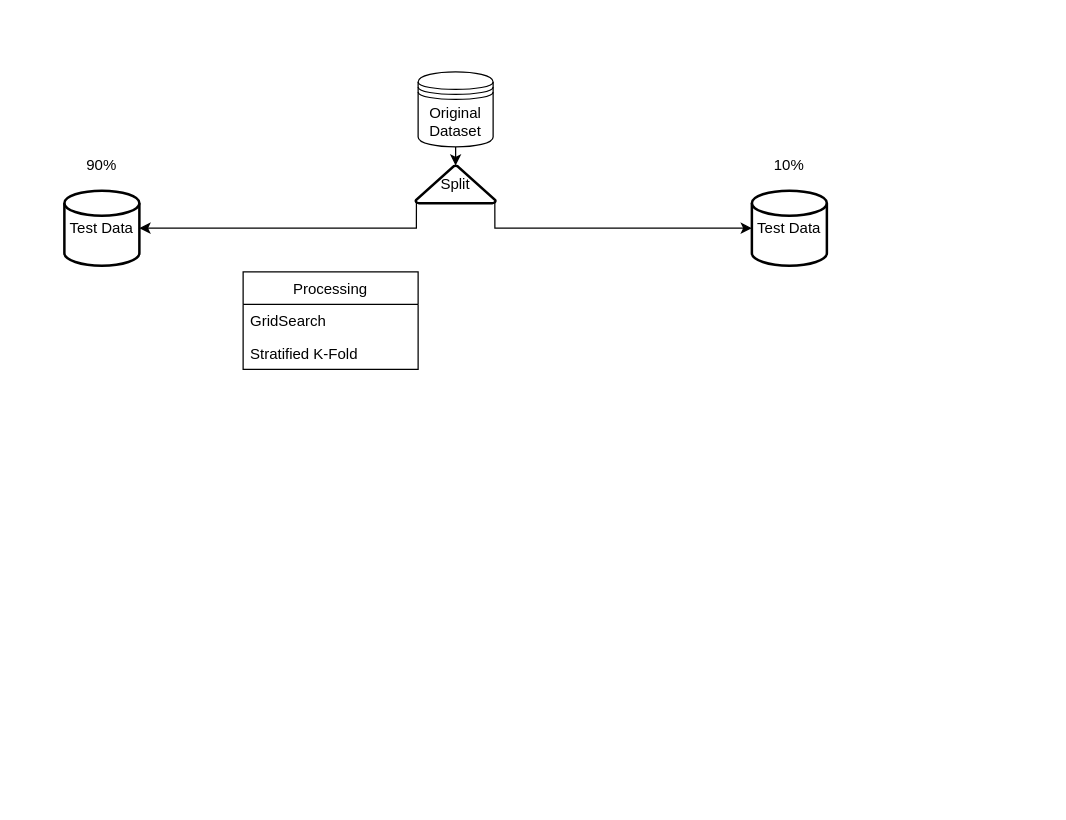
Above: Resources/modeling.drawio in HenrikPereira/EDSBproject (draw.io), before the change. Source tidied: cells renumbered, new cells numbered last; positions are measured from the earlier drawing's top-left corner, leaving out a move shared by most shapes. Both pictures are drawn from the tidied source at 125%, with x=0, y=0 at pixel (64, 71).
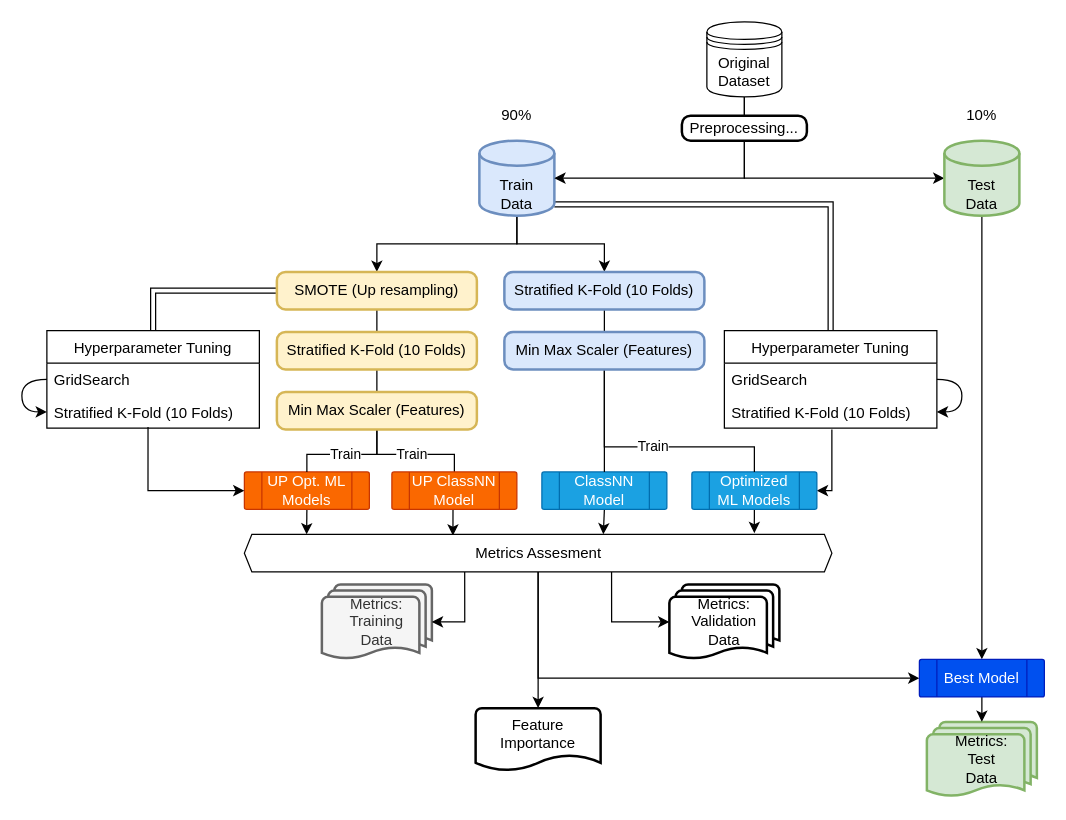
After the change.

The edit, as a diff of the source:
```diff
@@
-    <mxCell id="2" style="edgeStyle=orthogonalEdgeStyle;rounded=0;jettySize=auto;html=1;exitX=0.99;exitY=0.97;exitDx=0;exitDy=0;entryX=0;entryY=0.5;entryDx=0;entryDy=0;entryPerimeter=0;exitPerimeter=0;" parent="1" edge="1" source="8" target="5">
+    <mxCell id="2" style="edgeStyle=orthogonalEdgeStyle;rounded=0;jettySize=auto;html=1;exitX=0.5;exitY=1;exitDx=0;exitDy=0;entryX=0;entryY=0.5;entryDx=0;entryDy=0;entryPerimeter=0;" parent="1" edge="1" source="4" target="5">
       <mxGeometry relative="1" as="geometry" />
     </mxCell>
-    <mxCell id="3" style="edgeStyle=orthogonalEdgeStyle;rounded=0;jettySize=auto;html=1;exitX=0.5;exitY=1;exitDx=0;exitDy=0;entryX=0.5;entryY=0;entryDx=0;entryDy=0;entryPerimeter=0;" parent="1" edge="1" source="4" target="8">
-      <mxGeometry relative="1" as="geometry" />
-    </mxCell>
     <mxCell id="4" value="Original&lt;br&gt;Dataset" style="shape=datastore;whiteSpace=wrap;html=1;" parent="1" vertex="1">
-      <mxGeometry x="283" width="60" height="60" as="geometry" />
+      <mxGeometry x="514" y="-40" width="60" height="60" as="geometry" />
     </mxCell>
+    <mxCell id="14" style="edgeStyle=orthogonalEdgeStyle;rounded=0;jettySize=auto;html=1;exitX=0.5;exitY=1;exitDx=0;exitDy=0;exitPerimeter=0;entryX=0.5;entryY=0;entryDx=0;entryDy=0;startArrow=none;startFill=0;endArrow=classic;endFill=1;" parent="1" edge="1" source="5" target="55">
+      <mxGeometry relative="1" as="geometry" />
+    </mxCell>
-    <mxCell id="5" value="Test Data" style="strokeWidth=2;html=1;shape=mxgraph.flowchart.database;whiteSpace=wrap;" parent="1" vertex="1">
-      <mxGeometry x="550" y="95" width="60" height="60" as="geometry" />
+    <mxCell id="5" value="Test&lt;br&gt;Data" style="strokeWidth=2;html=1;shape=mxgraph.flowchart.database;whiteSpace=wrap;verticalAlign=bottom;fillColor=#d5e8d4;strokeColor=#82b366;" parent="1" vertex="1">
+      <mxGeometry x="704" y="55" width="60" height="60" as="geometry" />
     </mxCell>
+    <mxCell id="15" style="edgeStyle=orthogonalEdgeStyle;rounded=0;jettySize=auto;html=1;exitX=1;exitY=0.85;exitDx=0;exitDy=0;exitPerimeter=0;entryX=0.5;entryY=0;entryDx=0;entryDy=0;curved=1;endArrow=none;endFill=0;shape=link;" parent="1" edge="1" source="6" target="11">
+      <mxGeometry relative="1" as="geometry" />
+    </mxCell>
+    <mxCell id="16" style="edgeStyle=orthogonalEdgeStyle;rounded=0;jettySize=auto;html=1;exitX=0.5;exitY=1;exitDx=0;exitDy=0;exitPerimeter=0;entryX=0.5;entryY=0;entryDx=0;entryDy=0;" parent="1" edge="1" source="6" target="23">
+      <mxGeometry relative="1" as="geometry" />
+    </mxCell>
+    <mxCell id="17" style="edgeStyle=orthogonalEdgeStyle;rounded=0;jettySize=auto;html=1;exitX=0.5;exitY=1;exitDx=0;exitDy=0;exitPerimeter=0;entryX=0.5;entryY=0;entryDx=0;entryDy=0;" parent="1" edge="1" source="6" target="34">
+      <mxGeometry relative="1" as="geometry" />
+    </mxCell>
-    <mxCell id="6" value="Test Data" style="strokeWidth=2;html=1;shape=mxgraph.flowchart.database;whiteSpace=wrap;" parent="1" vertex="1">
-      <mxGeometry y="95" width="60" height="60" as="geometry" />
+    <mxCell id="6" value="Train &lt;br&gt;Data" style="strokeWidth=2;html=1;shape=mxgraph.flowchart.database;whiteSpace=wrap;verticalAlign=bottom;fillColor=#dae8fc;strokeColor=#6c8ebf;" parent="1" vertex="1">
+      <mxGeometry x="332" y="55" width="60" height="60" as="geometry" />
     </mxCell>
-    <mxCell id="7" style="edgeStyle=orthogonalEdgeStyle;rounded=0;jettySize=auto;html=1;exitX=0.01;exitY=0.97;exitDx=0;exitDy=0;exitPerimeter=0;entryX=1;entryY=0.5;entryDx=0;entryDy=0;entryPerimeter=0;" parent="1" edge="1" source="8" target="6">
+    <mxCell id="7" style="edgeStyle=orthogonalEdgeStyle;rounded=0;jettySize=auto;html=1;exitX=0.5;exitY=1;exitDx=0;exitDy=0;entryX=1;entryY=0.5;entryDx=0;entryDy=0;entryPerimeter=0;" parent="1" edge="1" source="4" target="6">
       <mxGeometry relative="1" as="geometry" />
     </mxCell>
-    <mxCell id="8" value="Split" style="strokeWidth=2;html=1;shape=mxgraph.flowchart.extract_or_measurement;whiteSpace=wrap;" parent="1" vertex="1">
-      <mxGeometry x="281" y="75" width="64" height="30" as="geometry" />
-    </mxCell>
     <mxCell id="9" value="90%" style="text;html=1;strokeColor=none;fillColor=none;align=center;verticalAlign=middle;whiteSpace=wrap;rounded=0;" parent="1" vertex="1">
-      <mxGeometry x="10" y="65" width="40" height="20" as="geometry" />
+      <mxGeometry x="342" y="25" width="40" height="20" as="geometry" />
     </mxCell>
     <mxCell id="10" value="10%" style="text;html=1;strokeColor=none;fillColor=none;align=center;verticalAlign=middle;whiteSpace=wrap;rounded=0;" parent="1" vertex="1">
-      <mxGeometry x="560" y="65" width="40" height="20" as="geometry" />
+      <mxGeometry x="714" y="25" width="40" height="20" as="geometry" />
     </mxCell>
-    <mxCell id="11" value="Processing" style="swimlane;fontStyle=0;horizontal=1;startSize=26;fillColor=none;" parent="1" vertex="1">
-      <mxGeometry x="143" y="160" width="140" height="78" as="geometry" />
+    <mxCell id="11" value="Hyperparameter Tuning" style="swimlane;fontStyle=0;horizontal=1;startSize=26;fillColor=none;" parent="1" vertex="1">
+      <mxGeometry x="528" y="207" width="170" height="78" as="geometry" />
     </mxCell>
+    <mxCell id="18" style="edgeStyle=orthogonalEdgeStyle;rounded=0;jettySize=auto;html=1;exitX=1;exitY=0.5;exitDx=0;exitDy=0;curved=1;" parent="11" edge="1" source="12" target="13">
+      <mxGeometry relative="1" as="geometry" />
+    </mxCell>
     <mxCell id="12" value="GridSearch" style="text;strokeColor=none;fillColor=none;align=left;verticalAlign=top;spacingLeft=4;spacingRight=4;overflow=hidden;points=[[0,0.5],[1,0.5]];portConstraint=eastwest;" parent="11" vertex="1">
-      <mxGeometry y="26" width="140" height="26" as="geometry" />
+      <mxGeometry y="26" width="170" height="26" as="geometry" />
     </mxCell>
-    <mxCell id="13" value="Stratified K-Fold" style="text;strokeColor=none;fillColor=none;align=left;verticalAlign=top;spacingLeft=4;spacingRight=4;overflow=hidden;points=[[0,0.5],[1,0.5]];portConstraint=eastwest;" parent="11" vertex="1">
-      <mxGeometry y="52" width="140" height="26" as="geometry" />
+    <mxCell id="13" value="Stratified K-Fold (10 Folds)" style="text;strokeColor=none;fillColor=none;align=left;verticalAlign=top;spacingLeft=4;spacingRight=4;overflow=hidden;points=[[0,0.5],[1,0.5]];portConstraint=eastwest;" parent="11" vertex="1">
+      <mxGeometry y="52" width="170" height="26" as="geometry" />
     </mxCell>
+    <mxCell id="19" style="edgeStyle=orthogonalEdgeStyle;rounded=0;jettySize=auto;html=1;exitX=0.5;exitY=1;exitDx=0;exitDy=0;entryX=0.868;entryY=-0.033;entryDx=0;entryDy=0;entryPerimeter=0;" parent="1" edge="1" source="21" target="52">
+      <mxGeometry relative="1" as="geometry" />
+    </mxCell>
+    <mxCell id="20" style="edgeStyle=orthogonalEdgeStyle;rounded=0;jettySize=auto;html=1;exitX=1;exitY=0.5;exitDx=0;exitDy=0;startArrow=classic;startFill=1;endArrow=none;endFill=0;" parent="1" edge="1" source="21">
+      <mxGeometry relative="1" as="geometry">
+        <mxPoint x="614" y="286" as="targetPoint" />
+        <Array as="points">
+          <mxPoint x="614" y="335" />
+          <mxPoint x="614" y="286" />
+        </Array>
+      </mxGeometry>
+    </mxCell>
+    <mxCell id="21" value="Optimized ML Models" style="verticalLabelPosition=middle;verticalAlign=middle;html=1;shape=process;whiteSpace=wrap;rounded=1;size=0.14;arcSize=6;labelPosition=center;align=center;fillColor=#1ba1e2;strokeColor=#006EAF;fontColor=#ffffff;" parent="1" vertex="1">
+      <mxGeometry x="502" y="320" width="100" height="30" as="geometry" />
+    </mxCell>
+    <mxCell id="22" style="edgeStyle=orthogonalEdgeStyle;curved=1;rounded=0;jettySize=auto;html=1;exitX=0.5;exitY=1;exitDx=0;exitDy=0;entryX=0.5;entryY=0;entryDx=0;entryDy=0;endArrow=none;endFill=0;" parent="1" edge="1" source="23" target="31">
+      <mxGeometry relative="1" as="geometry" />
+    </mxCell>
+    <mxCell id="23" value="Stratified K-Fold (10 Folds)" style="rounded=1;whiteSpace=wrap;html=1;absoluteArcSize=1;arcSize=14;strokeWidth=2;fillColor=#dae8fc;strokeColor=#6c8ebf;" parent="1" vertex="1">
+      <mxGeometry x="352" y="160" width="160" height="30" as="geometry" />
+    </mxCell>
+    <mxCell id="24" style="edgeStyle=orthogonalEdgeStyle;rounded=0;jettySize=auto;html=1;exitX=0.5;exitY=1;exitDx=0;exitDy=0;entryX=0.611;entryY=0;entryDx=0;entryDy=0;entryPerimeter=0;" parent="1" edge="1" source="25" target="52">
+      <mxGeometry relative="1" as="geometry" />
+    </mxCell>
+    <mxCell id="25" value="ClassNN Model" style="verticalLabelPosition=middle;verticalAlign=middle;html=1;shape=process;whiteSpace=wrap;rounded=1;size=0.14;arcSize=6;labelPosition=center;align=center;fillColor=#1ba1e2;strokeColor=#006EAF;fontColor=#ffffff;" parent="1" vertex="1">
+      <mxGeometry x="382" y="320" width="100" height="30" as="geometry" />
+    </mxCell>
+    <mxCell id="26" value="Metrics:&lt;br&gt;Training&lt;br&gt;Data" style="strokeWidth=2;html=1;shape=mxgraph.flowchart.multi-document;whiteSpace=wrap;fillColor=#f5f5f5;strokeColor=#666666;fontColor=#333333;" parent="1" vertex="1">
+      <mxGeometry x="206" y="410" width="88" height="60" as="geometry" />
+    </mxCell>
+    <mxCell id="27" value="Metrics:&lt;br&gt;Validation&lt;br&gt;Data" style="strokeWidth=2;html=1;shape=mxgraph.flowchart.multi-document;whiteSpace=wrap;" parent="1" vertex="1">
+      <mxGeometry x="484" y="410" width="88" height="60" as="geometry" />
+    </mxCell>
+    <mxCell id="28" value="Metrics:&lt;br&gt;Test&lt;br&gt;Data" style="strokeWidth=2;html=1;shape=mxgraph.flowchart.multi-document;whiteSpace=wrap;fillColor=#d5e8d4;strokeColor=#82b366;" parent="1" vertex="1">
+      <mxGeometry x="690" y="520" width="88" height="60" as="geometry" />
+    </mxCell>
+    <mxCell id="29" style="edgeStyle=orthogonalEdgeStyle;rounded=0;jettySize=auto;html=1;exitX=0.5;exitY=1;exitDx=0;exitDy=0;entryX=0.5;entryY=0;entryDx=0;entryDy=0;endArrow=none;endFill=0;" parent="1" edge="1" source="31" target="25">
+      <mxGeometry relative="1" as="geometry" />
+    </mxCell>
+    <mxCell id="30" value="Train" style="edgeStyle=orthogonalEdgeStyle;rounded=0;jettySize=auto;html=1;exitX=0.5;exitY=1;exitDx=0;exitDy=0;entryX=0.5;entryY=0;entryDx=0;entryDy=0;endArrow=none;endFill=0;" parent="1" edge="1" source="31" target="21">
+      <mxGeometry relative="1" as="geometry">
+        <Array as="points">
+          <mxPoint x="432" y="300" />
+          <mxPoint x="552" y="300" />
+        </Array>
+      </mxGeometry>
+    </mxCell>
+    <mxCell id="31" value="Min Max Scaler (Features)" style="rounded=1;whiteSpace=wrap;html=1;absoluteArcSize=1;arcSize=14;strokeWidth=2;fillColor=#dae8fc;strokeColor=#6c8ebf;" parent="1" vertex="1">
+      <mxGeometry x="352" y="208" width="160" height="30" as="geometry" />
+    </mxCell>
+    <mxCell id="32" style="edgeStyle=orthogonalEdgeStyle;curved=1;rounded=0;jettySize=auto;html=1;exitX=0;exitY=0.5;exitDx=0;exitDy=0;entryX=0.5;entryY=0;entryDx=0;entryDy=0;shape=link;" parent="1" edge="1" source="34" target="35">
+      <mxGeometry relative="1" as="geometry" />
+    </mxCell>
+    <mxCell id="33" style="edgeStyle=orthogonalEdgeStyle;curved=1;rounded=0;jettySize=auto;html=1;exitX=0.5;exitY=1;exitDx=0;exitDy=0;entryX=0.5;entryY=0;entryDx=0;entryDy=0;endArrow=none;endFill=0;" parent="1" edge="1" source="34" target="42">
+      <mxGeometry relative="1" as="geometry" />
+    </mxCell>
+    <mxCell id="34" value="SMOTE (Up resampling)" style="rounded=1;whiteSpace=wrap;html=1;absoluteArcSize=1;arcSize=14;strokeWidth=2;fillColor=#fff2cc;strokeColor=#d6b656;" parent="1" vertex="1">
+      <mxGeometry x="170" y="160" width="160" height="30" as="geometry" />
+    </mxCell>
+    <mxCell id="35" value="Hyperparameter Tuning" style="swimlane;fontStyle=0;horizontal=1;startSize=26;fillColor=none;" parent="1" vertex="1">
+      <mxGeometry x="-14" y="207" width="170" height="78" as="geometry" />
+    </mxCell>
+    <mxCell id="36" style="edgeStyle=orthogonalEdgeStyle;curved=1;rounded=0;jettySize=auto;html=1;exitX=0;exitY=0.5;exitDx=0;exitDy=0;entryX=0;entryY=0.5;entryDx=0;entryDy=0;" parent="35" edge="1" source="37" target="38">
+      <mxGeometry relative="1" as="geometry">
+        <Array as="points">
+          <mxPoint x="-20" y="39" />
+          <mxPoint x="-20" y="65" />
+        </Array>
+      </mxGeometry>
+    </mxCell>
+    <mxCell id="37" value="GridSearch" style="text;strokeColor=none;fillColor=none;align=left;verticalAlign=top;spacingLeft=4;spacingRight=4;overflow=hidden;points=[[0,0.5],[1,0.5]];portConstraint=eastwest;" parent="35" vertex="1">
+      <mxGeometry y="26" width="170" height="26" as="geometry" />
+    </mxCell>
+    <mxCell id="38" value="Stratified K-Fold (10 Folds)" style="text;strokeColor=none;fillColor=none;align=left;verticalAlign=top;spacingLeft=4;spacingRight=4;overflow=hidden;points=[[0,0.5],[1,0.5]];portConstraint=eastwest;" parent="35" vertex="1">
+      <mxGeometry y="52" width="170" height="26" as="geometry" />
+    </mxCell>
+    <mxCell id="39" style="edgeStyle=orthogonalEdgeStyle;rounded=0;jettySize=auto;html=1;exitX=0.5;exitY=1;exitDx=0;exitDy=0;entryX=0.106;entryY=0;entryDx=0;entryDy=0;entryPerimeter=0;" parent="1" edge="1" source="40" target="52">
+      <mxGeometry relative="1" as="geometry" />
+    </mxCell>
+    <mxCell id="40" value="UP Opt. ML Models" style="verticalLabelPosition=middle;verticalAlign=middle;html=1;shape=process;whiteSpace=wrap;rounded=1;size=0.14;arcSize=6;labelPosition=center;align=center;fillColor=#fa6800;strokeColor=#C73500;fontColor=#ffffff;" parent="1" vertex="1">
+      <mxGeometry x="144" y="320" width="100" height="30" as="geometry" />
+    </mxCell>
+    <mxCell id="41" style="edgeStyle=orthogonalEdgeStyle;curved=1;rounded=0;jettySize=auto;html=1;exitX=0.5;exitY=1;exitDx=0;exitDy=0;entryX=0.5;entryY=0;entryDx=0;entryDy=0;endArrow=none;endFill=0;" parent="1" edge="1" source="42" target="45">
+      <mxGeometry relative="1" as="geometry" />
+    </mxCell>
+    <mxCell id="42" value="Stratified K-Fold (10 Folds)" style="rounded=1;whiteSpace=wrap;html=1;absoluteArcSize=1;arcSize=14;strokeWidth=2;fillColor=#fff2cc;strokeColor=#d6b656;" parent="1" vertex="1">
+      <mxGeometry x="170" y="208" width="160" height="30" as="geometry" />
+    </mxCell>
+    <mxCell id="43" value="Train" style="edgeStyle=orthogonalEdgeStyle;rounded=0;jettySize=auto;html=1;exitX=0.5;exitY=1;exitDx=0;exitDy=0;entryX=0.5;entryY=0;entryDx=0;entryDy=0;endArrow=none;endFill=0;" parent="1" edge="1" source="45" target="40">
+      <mxGeometry relative="1" as="geometry" />
+    </mxCell>
+    <mxCell id="44" value="Train" style="edgeStyle=orthogonalEdgeStyle;rounded=0;jettySize=auto;html=1;exitX=0.5;exitY=1;exitDx=0;exitDy=0;entryX=0.5;entryY=0;entryDx=0;entryDy=0;endArrow=none;endFill=0;" parent="1" edge="1" source="45" target="47">
+      <mxGeometry relative="1" as="geometry" />
+    </mxCell>
+    <mxCell id="45" value="Min Max Scaler (Features)" style="rounded=1;whiteSpace=wrap;html=1;absoluteArcSize=1;arcSize=14;strokeWidth=2;fillColor=#fff2cc;strokeColor=#d6b656;" parent="1" vertex="1">
+      <mxGeometry x="170" y="256" width="160" height="30" as="geometry" />
+    </mxCell>
+    <mxCell id="46" style="edgeStyle=orthogonalEdgeStyle;rounded=0;jettySize=auto;html=1;exitX=0.5;exitY=1;exitDx=0;exitDy=0;entryX=0.355;entryY=0.033;entryDx=0;entryDy=0;entryPerimeter=0;" parent="1" edge="1" source="47" target="52">
+      <mxGeometry relative="1" as="geometry" />
+    </mxCell>
+    <mxCell id="47" value="UP ClassNN Model" style="verticalLabelPosition=middle;verticalAlign=middle;html=1;shape=process;whiteSpace=wrap;rounded=1;size=0.14;arcSize=6;labelPosition=center;align=center;fillColor=#fa6800;strokeColor=#C73500;fontColor=#ffffff;" parent="1" vertex="1">
+      <mxGeometry x="262" y="320" width="100" height="30" as="geometry" />
+    </mxCell>
+    <mxCell id="48" style="edgeStyle=orthogonalEdgeStyle;rounded=0;jettySize=auto;html=1;exitX=0.476;exitY=0.962;exitDx=0;exitDy=0;entryX=0;entryY=0.5;entryDx=0;entryDy=0;exitPerimeter=0;" parent="1" edge="1" source="38" target="40">
+      <mxGeometry relative="1" as="geometry" />
+    </mxCell>
+    <mxCell id="49" style="edgeStyle=orthogonalEdgeStyle;rounded=0;jettySize=auto;html=1;exitX=0.625;exitY=1;exitDx=0;exitDy=0;entryX=0;entryY=0.5;entryDx=0;entryDy=0;entryPerimeter=0;" parent="1" edge="1" source="52" target="27">
+      <mxGeometry relative="1" as="geometry" />
+    </mxCell>
+    <mxCell id="50" style="edgeStyle=orthogonalEdgeStyle;rounded=0;jettySize=auto;html=1;exitX=0.375;exitY=1;exitDx=0;exitDy=0;entryX=1;entryY=0.5;entryDx=0;entryDy=0;entryPerimeter=0;" parent="1" edge="1" source="52" target="26">
+      <mxGeometry relative="1" as="geometry" />
+    </mxCell>
+    <mxCell id="51" style="edgeStyle=orthogonalEdgeStyle;rounded=0;jettySize=auto;html=1;exitX=0.5;exitY=1;exitDx=0;exitDy=0;entryX=0;entryY=0.5;entryDx=0;entryDy=0;startArrow=none;startFill=0;endArrow=classic;endFill=1;" parent="1" edge="1" source="52" target="55">
+      <mxGeometry relative="1" as="geometry" />
+    </mxCell>
+    <mxCell id="52" value="Metrics Assesment" style="verticalLabelPosition=middle;verticalAlign=middle;html=1;shape=hexagon;perimeter=hexagonPerimeter2;arcSize=6;size=0.01276595744680851;labelPosition=center;align=center;" parent="1" vertex="1">
+      <mxGeometry x="144" y="370" width="470" height="30" as="geometry" />
+    </mxCell>
+    <mxCell id="53" style="edgeStyle=orthogonalEdgeStyle;rounded=0;jettySize=auto;html=1;exitX=0.5;exitY=1;exitDx=0;exitDy=0;entryX=0.5;entryY=0;entryDx=0;entryDy=0;entryPerimeter=0;startArrow=none;startFill=0;endArrow=classic;endFill=1;" parent="1" edge="1" source="52" target="56">
+      <mxGeometry relative="1" as="geometry" />
+    </mxCell>
+    <mxCell id="54" style="edgeStyle=orthogonalEdgeStyle;rounded=0;jettySize=auto;html=1;exitX=0.5;exitY=1;exitDx=0;exitDy=0;entryX=0.5;entryY=0;entryDx=0;entryDy=0;entryPerimeter=0;startArrow=none;startFill=0;endArrow=classic;endFill=1;" parent="1" edge="1" source="55" target="28">
+      <mxGeometry relative="1" as="geometry" />
+    </mxCell>
+    <mxCell id="55" value="Best Model" style="verticalLabelPosition=middle;verticalAlign=middle;html=1;shape=process;whiteSpace=wrap;rounded=1;size=0.14;arcSize=6;labelPosition=center;align=center;fillColor=#0050ef;strokeColor=#001DBC;fontColor=#ffffff;" parent="1" vertex="1">
+      <mxGeometry x="684" y="470" width="100" height="30" as="geometry" />
+    </mxCell>
+    <mxCell id="56" value="Feature Importance" style="strokeWidth=2;html=1;shape=mxgraph.flowchart.document2;whiteSpace=wrap;size=0.25;verticalAlign=top;" parent="1" vertex="1">
+      <mxGeometry x="329" y="509" width="100" height="50" as="geometry" />
+    </mxCell>
+    <mxCell id="57" value="Preprocessing..." style="rounded=1;whiteSpace=wrap;html=1;absoluteArcSize=1;arcSize=14;strokeWidth=2;" parent="1" vertex="1">
+      <mxGeometry x="494" y="35" width="100" height="20" as="geometry" />
+    </mxCell>
```
